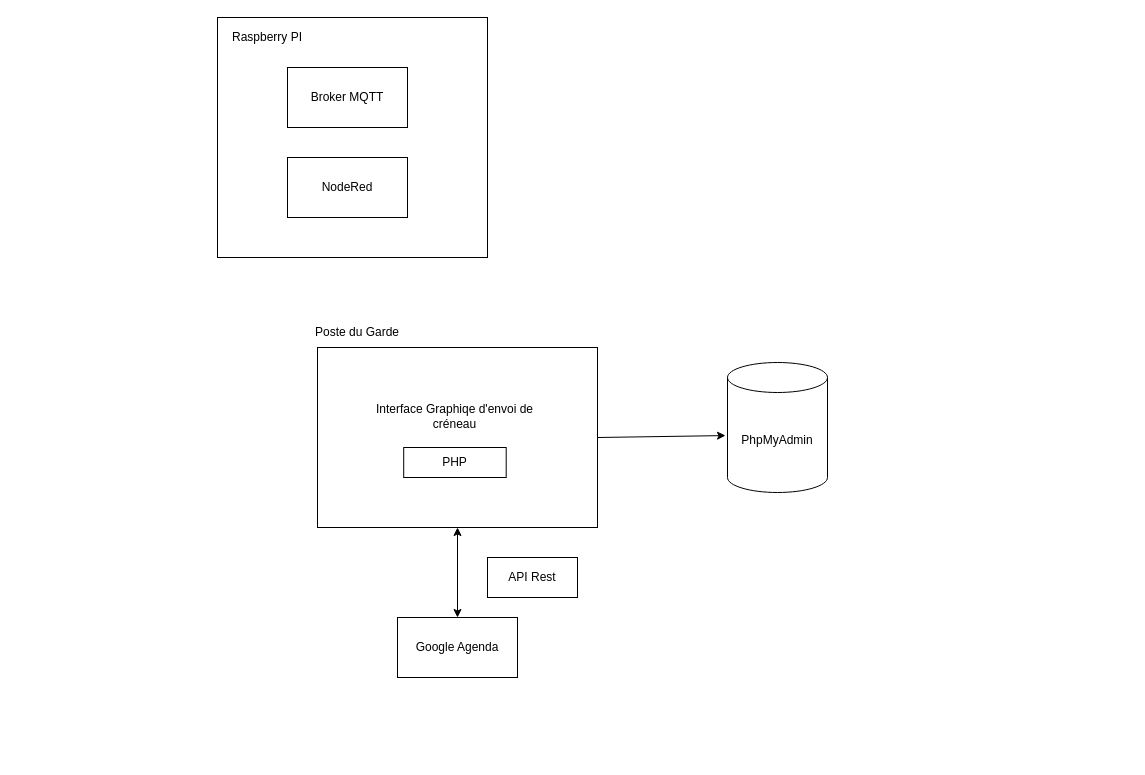
Earlier version of the draw.io diagram Docs/Architecture.drawio (AlexandreSaxemard/GestionAccesBatiment). Source tidied: cells renumbered, new cells numbered last; positions are measured from the earlier drawing's top-left corner, leaving out a move shared by most shapes. Both pictures are drawn from the tidied source at 100%, with x=0, y=0 at pixel (217, 17).
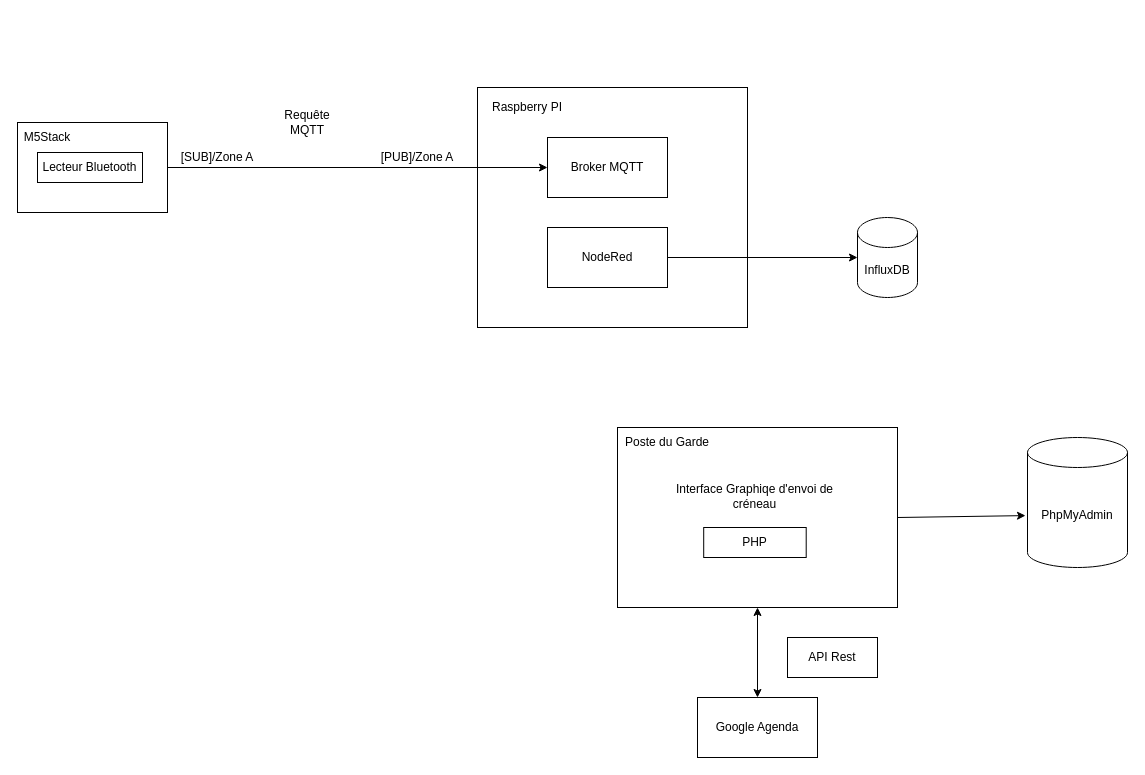
The same page after the edit.

Commit message (it also covers changes not shown here):
Architecture Projet

Change to the diagram source:
```diff
@@
     <mxCell id="2" style="whiteSpace=wrap;html=1;" parent="1" vertex="1">
-      <mxGeometry width="270" height="240" as="geometry" />
+      <mxGeometry x="260" y="70" width="270" height="240" as="geometry" />
     </mxCell>
     <mxCell id="3" value="Raspberry PI&lt;br&gt;" style="text;html=1;strokeColor=none;fillColor=none;align=center;verticalAlign=middle;whiteSpace=wrap;rounded=0;" parent="1" vertex="1">
-      <mxGeometry x="10" y="10" width="80" height="20" as="geometry" />
+      <mxGeometry x="270" y="80" width="80" height="20" as="geometry" />
     </mxCell>
     <mxCell id="4" value="Broker MQTT" style="rounded=0;whiteSpace=wrap;html=1;" parent="1" vertex="1">
-      <mxGeometry x="70" y="50" width="120" height="60" as="geometry" />
+      <mxGeometry x="330" y="120" width="120" height="60" as="geometry" />
     </mxCell>
     <mxCell id="5" value="NodeRed" style="rounded=0;whiteSpace=wrap;html=1;" parent="1" vertex="1">
-      <mxGeometry x="70" y="140" width="120" height="60" as="geometry" />
+      <mxGeometry x="330" y="210" width="120" height="60" as="geometry" />
     </mxCell>
     <mxCell id="6" style="rounded=0;whiteSpace=wrap;html=1;" parent="1" vertex="1">
-      <mxGeometry x="100" y="330" width="280" height="180" as="geometry" />
+      <mxGeometry x="400" y="410" width="280" height="180" as="geometry" />
     </mxCell>
     <mxCell id="7" value="Poste du Garde" style="text;html=1;strokeColor=none;fillColor=none;align=center;verticalAlign=middle;whiteSpace=wrap;rounded=0;" parent="1" vertex="1">
-      <mxGeometry x="90" y="310" width="100" height="10" as="geometry" />
+      <mxGeometry x="400" y="420" width="100" height="10" as="geometry" />
     </mxCell>
     <mxCell id="8" value="PhpMyAdmin" style="shape=cylinder3;whiteSpace=wrap;html=1;boundedLbl=1;backgroundOutline=1;size=15;" parent="1" vertex="1">
-      <mxGeometry x="510" y="345" width="100" height="130" as="geometry" />
+      <mxGeometry x="810" y="420" width="100" height="130" as="geometry" />
     </mxCell>
-    <mxCell id="9" style="endArrow=classic;html=1;rounded=0;entryX=-0.02;entryY=0.562;entryDx=0;entryDy=0;entryPerimeter=0;exitX=1;exitY=0.5;exitDx=0;exitDy=0;" parent="1" edge="1" source="6" target="8">
-      <mxGeometry relative="1" as="geometry" />
+    <mxCell id="9" style="endArrow=classic;html=1;rounded=0;entryX=-0.02;entryY=0.562;entryDx=0;entryDy=0;entryPerimeter=0;exitX=1;exitY=0.5;exitDx=0;exitDy=0;" parent="1" edge="1" source="6">
+      <mxGeometry relative="1" as="geometry">
+        <mxPoint x="808" y="498.1" as="targetPoint" />
+      </mxGeometry>
     </mxCell>
     <mxCell id="10" value="Interface Graphiqe d'envoi de créneau" style="text;html=1;strokeColor=none;fillColor=none;align=center;verticalAlign=middle;whiteSpace=wrap;rounded=0;" parent="1" vertex="1">
-      <mxGeometry x="145" y="380" width="185" height="37.5" as="geometry" />
+      <mxGeometry x="445" y="460" width="185" height="37.5" as="geometry" />
     </mxCell>
     <mxCell id="11" value="PHP" style="rounded=0;whiteSpace=wrap;html=1;" parent="1" vertex="1">
-      <mxGeometry x="186.2" y="430" width="102.5" height="30" as="geometry" />
+      <mxGeometry x="486.2" y="510" width="102.5" height="30" as="geometry" />
     </mxCell>
     <mxCell id="12" value="Google Agenda" style="rounded=0;whiteSpace=wrap;html=1;" parent="1" vertex="1">
-      <mxGeometry x="180" y="600" width="120" height="60" as="geometry" />
+      <mxGeometry x="480" y="680" width="120" height="60" as="geometry" />
     </mxCell>
@@
     <mxCell id="14" value="API Rest" style="rounded=0;whiteSpace=wrap;html=1;" parent="1" vertex="1">
-      <mxGeometry x="270" y="540" width="90" height="40" as="geometry" />
+      <mxGeometry x="570" y="620" width="90" height="40" as="geometry" />
     </mxCell>
+    <mxCell id="15" style="endArrow=classic;html=1;rounded=0;exitX=1;exitY=0.5;exitDx=0;exitDy=0;entryX=0;entryY=0.5;entryDx=0;entryDy=0;" parent="1" edge="1" target="4">
+      <mxGeometry relative="1" as="geometry">
+        <mxPoint x="-50" y="150" as="sourcePoint" />
+      </mxGeometry>
+    </mxCell>
+    <mxCell id="16" value="[PUB]/Zone A" style="text;html=1;strokeColor=none;fillColor=none;align=center;verticalAlign=middle;whiteSpace=wrap;rounded=0;" parent="1" vertex="1">
+      <mxGeometry x="160" y="130" width="80" height="20" as="geometry" />
+    </mxCell>
+    <mxCell id="17" value="[SUB]/Zone A" style="text;html=1;strokeColor=none;fillColor=none;align=center;verticalAlign=middle;whiteSpace=wrap;rounded=0;" parent="1" vertex="1">
+      <mxGeometry x="-40" y="130" width="80" height="20" as="geometry" />
+    </mxCell>
+    <mxCell id="18" value="Requête MQTT" style="text;html=1;strokeColor=none;fillColor=none;align=center;verticalAlign=middle;whiteSpace=wrap;rounded=0;" parent="1" vertex="1">
+      <mxGeometry x="60" y="90" width="60" height="30" as="geometry" />
+    </mxCell>
+    <mxCell id="19" style="rounded=0;whiteSpace=wrap;html=1;" parent="1" vertex="1">
+      <mxGeometry x="-200" y="105" width="150" height="90" as="geometry" />
+    </mxCell>
+    <mxCell id="20" value="M5Stack" style="text;html=1;strokeColor=none;fillColor=none;align=center;verticalAlign=middle;whiteSpace=wrap;rounded=0;" parent="1" vertex="1">
+      <mxGeometry x="-200" y="105" width="60" height="30" as="geometry" />
+    </mxCell>
+    <mxCell id="21" value="Lecteur Bluetooth" style="rounded=0;whiteSpace=wrap;html=1;" parent="1" vertex="1">
+      <mxGeometry x="-180" y="135" width="105" height="30" as="geometry" />
+    </mxCell>
+    <mxCell id="22" value="InfluxDB" style="shape=cylinder3;whiteSpace=wrap;html=1;boundedLbl=1;backgroundOutline=1;size=15;" parent="1" vertex="1">
+      <mxGeometry x="640" y="200" width="60" height="80" as="geometry" />
+    </mxCell>
+    <mxCell id="23" style="endArrow=classic;html=1;rounded=0;exitX=1;exitY=0.5;exitDx=0;exitDy=0;entryX=0;entryY=0.5;entryDx=0;entryDy=0;entryPerimeter=0;" parent="1" edge="1" source="5" target="22">
+      <mxGeometry relative="1" as="geometry" />
+    </mxCell>
```
